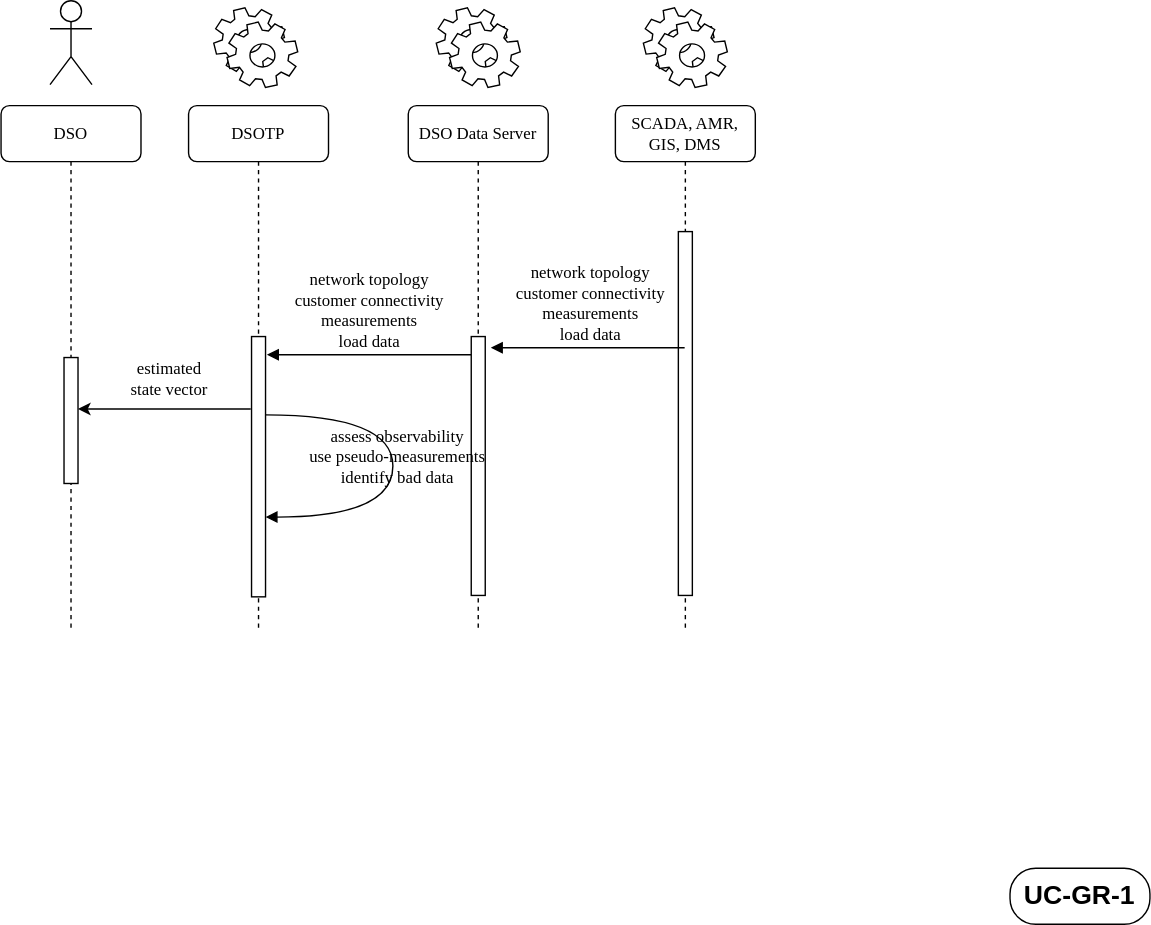
Earlier version of the draw.io export docs/platone/uc-gr-1-functions-of-the-state-estimation-tool-given-conventional-measurements/UC_GR_1_2_3_4_Seq_Diag-UC1.svg (smart-grid-use-cases/smart-grid-use-cases.github.io). Source tidied: cells renumbered, new cells last; positions are measured from the earlier drawing's top-left corner, leaving out a move shared by most shapes.
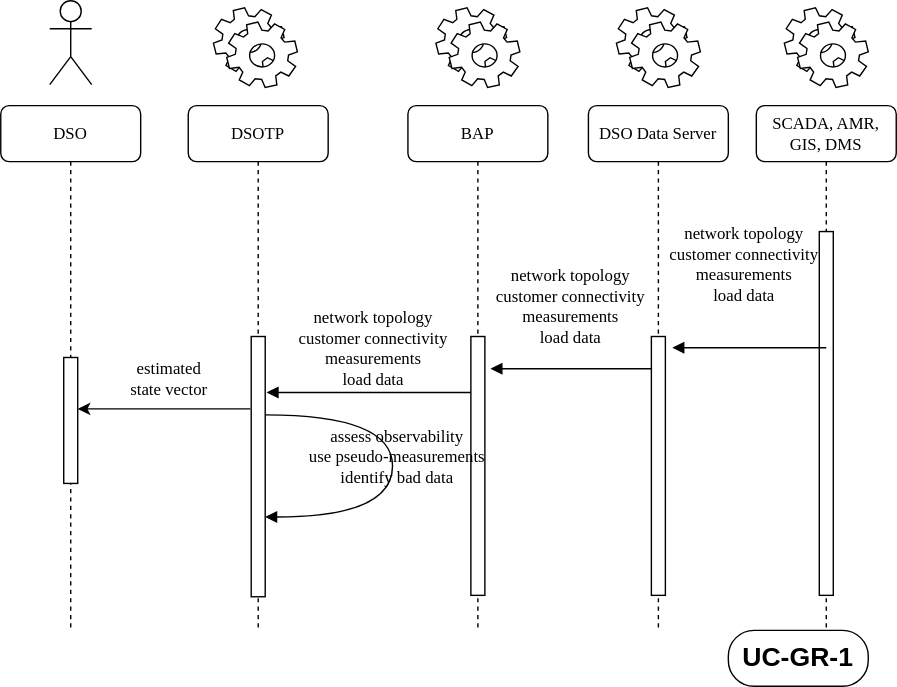
Later version of the same file.

The edit, as a diff of the source:
```diff
@@ -12,14 +12,17 @@
       <mxGeometry x="45" y="165" width="10" height="186" as="geometry" />
     </mxCell>
     <mxCell id="5" value="SCADA, AMR, GIS, DMS" style="shape=umlLifeline;perimeter=lifelinePerimeter;whiteSpace=wrap;html=1;rounded=1;shadow=0;comic=0;labelBackgroundColor=none;strokeWidth=1;fontFamily=Verdana;fontSize=12;align=center;" parent="1" vertex="1">
-      <mxGeometry x="439" y="75" width="100" height="375" as="geometry" />
+      <mxGeometry x="540" y="75" width="100" height="375" as="geometry" />
     </mxCell>
     <mxCell id="6" style="html=1;perimeter=orthogonalPerimeter;rounded=0;shadow=0;comic=0;labelBackgroundColor=none;strokeWidth=1;fontFamily=Verdana;fontSize=12;align=center;" parent="5" vertex="1">
       <mxGeometry x="45" y="90" width="10" height="260" as="geometry" />
     </mxCell>
-    <mxCell id="7" value="network topology&lt;br&gt;customer connectivity&lt;br&gt;measurements&lt;br&gt;load data" style="html=1;verticalAlign=bottom;endArrow=block;labelBackgroundColor=none;fontFamily=Verdana;fontSize=12;edgeStyle=elbowEdgeStyle;elbow=vertical;" parent="1" edge="1" source="13">
+    <mxCell id="7" value="network topology&lt;br&gt;customer connectivity&lt;br&gt;measurements&lt;br&gt;load data" style="html=1;verticalAlign=bottom;endArrow=block;labelBackgroundColor=none;fontFamily=Verdana;fontSize=12;edgeStyle=elbowEdgeStyle;elbow=vertical;" parent="1" edge="1" source="12">
       <mxGeometry relative="1" as="geometry">
-        <mxPoint x="190" y="253" as="targetPoint" />
+        <mxPoint x="190" y="280" as="targetPoint" />
+        <Array as="points">
+          <mxPoint x="270" y="280" />
+        </Array>
       </mxGeometry>
     </mxCell>
     <mxCell id="8" style="shape=umlActor;verticalLabelPosition=bottom;labelBackgroundColor=#ffffff;verticalAlign=top;html=1;" parent="1" vertex="1">
@@ -29,7 +32,7 @@
       <mxGeometry x="152" y="5" width="60" height="57" as="geometry" />
     </mxCell>
     <mxCell id="10" style="shape=mxgraph.bpmn.service_task;html=1;" parent="1" vertex="1">
-      <mxGeometry x="459" y="5" width="60" height="57" as="geometry" />
+      <mxGeometry x="560" y="5" width="60" height="57" as="geometry" />
     </mxCell>
     <mxCell id="11" value="estimated &lt;br&gt;state vector" style="endArrow=classic;html=1;exitX=-0.057;exitY=0.535;exitDx=0;exitDy=0;exitPerimeter=0;fontFamily=Verdana;fontSize=12;" parent="1" edge="1">
       <mxGeometry x="-0.05" y="-22" relative="1" as="geometry">
@@ -37,7 +40,7 @@
         <mxPoint x="55" y="291.8" as="targetPoint" />
       </mxGeometry>
     </mxCell>
-    <mxCell id="12" value="DSO Data Server" style="shape=umlLifeline;perimeter=lifelinePerimeter;whiteSpace=wrap;html=1;outlineConnect=0;rounded=1;shadow=0;comic=0;labelBackgroundColor=none;strokeWidth=1;fontFamily=Verdana;fontSize=12;align=center;size=40;" parent="1" vertex="1">
+    <mxCell id="12" value="BAP" style="shape=umlLifeline;perimeter=lifelinePerimeter;whiteSpace=wrap;html=1;outlineConnect=0;rounded=1;shadow=0;comic=0;labelBackgroundColor=none;strokeWidth=1;fontFamily=Verdana;fontSize=12;align=center;size=40;" parent="1" vertex="1">
       <mxGeometry x="291" y="75" width="100" height="375" as="geometry" />
     </mxCell>
     <mxCell id="13" style="html=1;points=[];perimeter=orthogonalPerimeter;rounded=0;shadow=0;comic=0;labelBackgroundColor=none;strokeWidth=1;fontFamily=Verdana;fontSize=12;align=center;" parent="12" vertex="1">
@@ -47,13 +50,12 @@
       <mxGeometry x="311" y="5" width="60" height="57" as="geometry" />
     </mxCell>
     <mxCell id="15" value="network topology&lt;br&gt;customer connectivity&lt;br&gt;measurements&lt;br&gt;load data" style="html=1;verticalAlign=bottom;endArrow=block;labelBackgroundColor=none;fontFamily=Verdana;fontSize=12;edgeStyle=elbowEdgeStyle;elbow=vertical;" parent="1" edge="1">
-      <mxGeometry x="-0.01" relative="1" as="geometry">
-        <mxPoint x="488.5" y="248" as="sourcePoint" />
-        <mxPoint x="350" y="248" as="targetPoint" />
+      <mxGeometry x="0.07" y="-28" relative="1" as="geometry">
+        <mxPoint x="590" y="248" as="sourcePoint" />
+        <mxPoint x="480" y="248" as="targetPoint" />
         <Array as="points">
-          <mxPoint x="420" y="248" />
+          <mxPoint x="530" y="248" />
         </Array>
-        <mxPoint x="1" as="offset" />
       </mxGeometry>
     </mxCell>
     <mxCell id="16" value="assess observability&lt;br&gt;use pseudo-measurements&lt;br&gt;identify bad data" style="html=1;verticalAlign=bottom;endArrow=block;labelBackgroundColor=none;fontFamily=Verdana;fontSize=12;elbow=vertical;edgeStyle=orthogonalEdgeStyle;curved=1;" parent="1" edge="1">
@@ -67,10 +69,27 @@
       </mxGeometry>
     </mxCell>
     <mxCell id="17" value="UC-GR-1" style="rounded=1;whiteSpace=wrap;html=1;fontSize=19;arcSize=46;fontStyle=1;" parent="1" vertex="1">
-      <mxGeometry x="721" y="620" width="100" height="40" as="geometry" />
+      <mxGeometry x="520" y="450" width="100" height="40" as="geometry" />
     </mxCell>
     <mxCell id="18" style="html=1;perimeter=orthogonalPerimeter;rounded=0;shadow=0;comic=0;labelBackgroundColor=none;strokeWidth=1;fontFamily=Verdana;fontSize=12;align=center;" parent="1" vertex="1">
       <mxGeometry x="45" y="255" width="10" height="90" as="geometry" />
     </mxCell>
+    <mxCell id="19" value="DSO Data Server" style="shape=umlLifeline;perimeter=lifelinePerimeter;whiteSpace=wrap;html=1;rounded=1;shadow=0;comic=0;labelBackgroundColor=none;strokeWidth=1;fontFamily=Verdana;fontSize=12;align=center;size=40;" parent="1" vertex="1">
+      <mxGeometry x="420" y="75" width="100" height="375" as="geometry" />
+    </mxCell>
+    <mxCell id="20" style="html=1;points=[];perimeter=orthogonalPerimeter;rounded=0;shadow=0;comic=0;labelBackgroundColor=none;strokeWidth=1;fontFamily=Verdana;fontSize=12;align=center;" parent="19" vertex="1">
+      <mxGeometry x="45" y="165" width="10" height="185" as="geometry" />
+    </mxCell>
+    <mxCell id="21" style="shape=mxgraph.bpmn.service_task;html=1;" parent="1" vertex="1">
+      <mxGeometry x="440" y="5" width="60" height="57" as="geometry" />
+    </mxCell>
+    <mxCell id="22" value="network topology&lt;br&gt;customer connectivity&lt;br&gt;measurements&lt;br&gt;load data" style="html=1;verticalAlign=bottom;endArrow=block;labelBackgroundColor=none;fontFamily=Verdana;fontSize=12;edgeStyle=elbowEdgeStyle;elbow=vertical;" parent="1" edge="1" source="20">
+      <mxGeometry y="-13" relative="1" as="geometry">
+        <mxPoint x="350" y="263" as="targetPoint" />
+        <Array as="points">
+          <mxPoint x="410" y="263" />
+        </Array>
+      </mxGeometry>
+    </mxCell>
   </root>
 </mxGraphModel>
```
